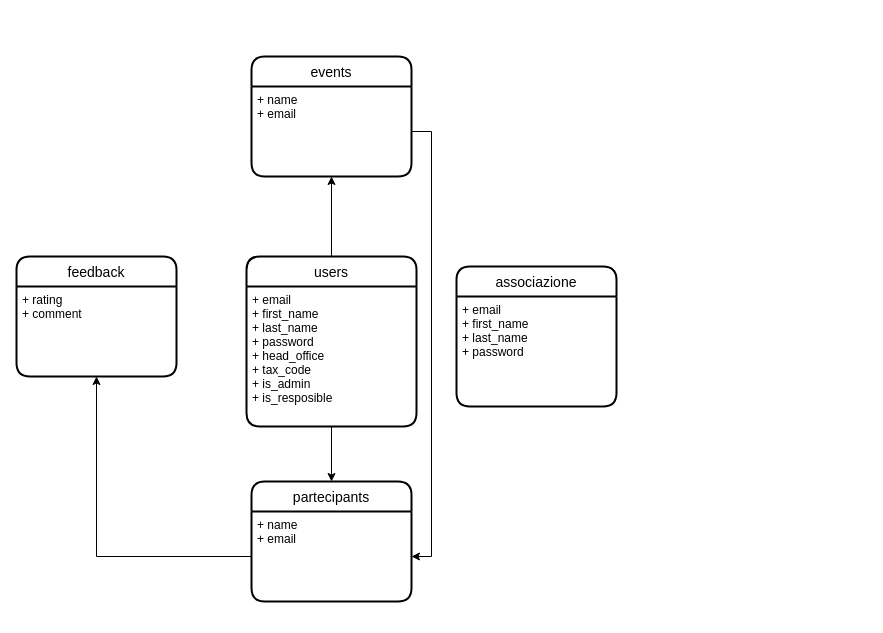
francescococcia/associazioni-benefiche keeps this draw.io diagram as doc/associazioni-benefiche.drawio. Above is the earlier version. Source tidied: cells renumbered, new cells numbered last; positions are measured from the earlier drawing's top-left corner, leaving out a move shared by most shapes. Both pictures are drawn from the tidied source at 100%, with x=0, y=0 at pixel (16, 56).
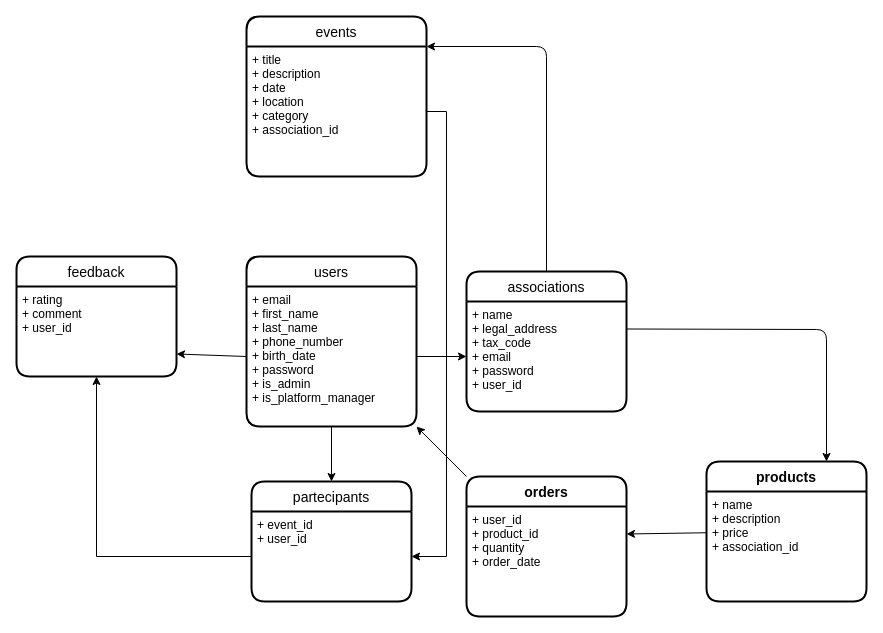
The same diagram, later.

Unchanged cells that the change refers to:
```xml
<mxCell id="2" value="feedback" style="swimlane;horizontal=1;startSize=30;rounded=1;fontSize=14;fontStyle=0;strokeWidth=2;shadow=0;dashed=0;align=center;" parent="1" vertex="1">
  <mxGeometry y="200" width="160" height="120" as="geometry" />
</mxCell>
<mxCell id="5" value="users" style="swimlane;horizontal=1;startSize=30;rounded=1;fontSize=14;fontStyle=0;strokeWidth=2;shadow=0;dashed=0;align=center;" parent="1" vertex="1">
  <mxGeometry x="230" y="200" width="170" height="170" as="geometry" />
</mxCell>
<mxCell id="7" value="partecipants" style="swimlane;horizontal=1;startSize=30;rounded=1;fontSize=14;fontStyle=0;strokeWidth=2;shadow=0;dashed=0;align=center;" parent="1" vertex="1">
  <mxGeometry x="235" y="425" width="160" height="120" as="geometry" />
</mxCell>
```

Diff of the diagram source:
```diff
@@
-    <mxCell id="3" value="+ rating&#10;+ comment" style="align=left;strokeColor=none;fillColor=none;spacingLeft=4;fontSize=12;verticalAlign=top;" parent="2" vertex="1">
+    <mxCell id="3" value="+ rating&#10;+ comment&#10;+ user_id" style="align=left;strokeColor=none;fillColor=none;spacingLeft=4;fontSize=12;verticalAlign=top;" parent="2" vertex="1">
       <mxGeometry y="30" width="160" height="90" as="geometry" />
     </mxCell>
-    <mxCell id="4" style="edgeStyle=orthogonalEdgeStyle;rounded=0;jettySize=auto;html=1;exitX=0.5;exitY=0;exitDx=0;exitDy=0;entryX=0.5;entryY=1;entryDx=0;entryDy=0;" parent="1" edge="1" source="5" target="10">
-      <mxGeometry relative="1" as="geometry" />
-    </mxCell>
@@
-    <mxCell id="6" value="+ email&#10;+ first_name&#10;+ last_name&#10;+ password&#10;+ head_office&#10;+ tax_code&#10;+ is_admin&#10;+ is_resposible" style="align=left;strokeColor=none;fillColor=none;spacingLeft=4;fontSize=12;verticalAlign=top;" parent="5" vertex="1">
+    <mxCell id="6" value="+ email&#10;+ first_name&#10;+ last_name&#10;+ phone_number&#10;+ birth_date&#10;+ password&#10;+ is_admin&#10;+ is_platform_manager" style="align=left;strokeColor=none;fillColor=none;spacingLeft=4;fontSize=12;verticalAlign=top;" parent="5" vertex="1">
       <mxGeometry y="30" width="170" height="140" as="geometry" />
     </mxCell>
@@
-    <mxCell id="8" value="+ name&#10;+ email" style="align=left;strokeColor=none;fillColor=none;spacingLeft=4;fontSize=12;verticalAlign=top;" parent="7" vertex="1">
+    <mxCell id="8" value="+ event_id&#10;+ user_id" style="align=left;strokeColor=none;fillColor=none;spacingLeft=4;fontSize=12;verticalAlign=top;" parent="7" vertex="1">
       <mxGeometry y="30" width="160" height="90" as="geometry" />
     </mxCell>
     <mxCell id="9" value="events" style="swimlane;horizontal=1;startSize=30;rounded=1;fontSize=14;fontStyle=0;strokeWidth=2;shadow=0;dashed=0;align=center;" parent="1" vertex="1">
-      <mxGeometry x="235" width="160" height="120" as="geometry" />
+      <mxGeometry x="230" y="-40" width="180" height="160" as="geometry" />
     </mxCell>
-    <mxCell id="10" value="+ name&#10;+ email" style="align=left;strokeColor=none;fillColor=none;spacingLeft=4;fontSize=12;verticalAlign=top;" parent="9" vertex="1">
-      <mxGeometry y="30" width="160" height="90" as="geometry" />
+    <mxCell id="10" value="+ title&#10;+ description&#10;+ date&#10;+ location&#10;+ category&#10;+ association_id" style="align=left;strokeColor=none;fillColor=none;spacingLeft=4;fontSize=12;verticalAlign=top;" parent="9" vertex="1">
+      <mxGeometry y="30" width="180" height="130" as="geometry" />
     </mxCell>
@@
+    <mxCell id="16" style="edgeStyle=none;html=1;exitX=0.5;exitY=0;exitDx=0;exitDy=0;entryX=1;entryY=0;entryDx=0;entryDy=0;" parent="1" edge="1" source="14" target="10">
+      <mxGeometry relative="1" as="geometry">
+        <Array as="points">
+          <mxPoint x="530" y="-10" />
+        </Array>
+      </mxGeometry>
+    </mxCell>
-    <mxCell id="14" value="associazione" style="swimlane;horizontal=1;startSize=30;rounded=1;fontSize=14;fontStyle=0;strokeWidth=2;shadow=0;dashed=0;align=center;" parent="1" vertex="1">
-      <mxGeometry x="440" y="210" width="160" height="140" as="geometry" />
+    <mxCell id="14" value="associations" style="swimlane;horizontal=1;startSize=30;rounded=1;fontSize=14;fontStyle=0;strokeWidth=2;shadow=0;dashed=0;align=center;" parent="1" vertex="1">
+      <mxGeometry x="450" y="215" width="160" height="140" as="geometry" />
     </mxCell>
-    <mxCell id="15" value="+ email&#10;+ first_name&#10;+ last_name&#10;+ password" style="align=left;strokeColor=none;fillColor=none;spacingLeft=4;fontSize=12;verticalAlign=top;" parent="14" vertex="1">
+    <mxCell id="15" value="+ name&#10;+ legal_address&#10;+ tax_code&#10;+ email&#10;+ password&#10;+ user_id" style="align=left;strokeColor=none;fillColor=none;spacingLeft=4;fontSize=12;verticalAlign=top;" parent="14" vertex="1">
       <mxGeometry y="30" width="160" height="110" as="geometry" />
     </mxCell>
+    <mxCell id="17" style="edgeStyle=none;html=1;entryX=1;entryY=0.25;entryDx=0;entryDy=0;" parent="1" edge="1" source="18" target="22">
+      <mxGeometry relative="1" as="geometry" />
+    </mxCell>
+    <mxCell id="18" value="products" style="swimlane;horizontal=1;startSize=30;rounded=1;fontSize=14;fontStyle=1;strokeWidth=2;shadow=0;dashed=0;align=center;" parent="1" vertex="1">
+      <mxGeometry x="690" y="405" width="160" height="140" as="geometry" />
+    </mxCell>
+    <mxCell id="19" value="+ name&#10;+ description&#10;+ price&#10;+ association_id" style="align=left;strokeColor=none;fillColor=none;spacingLeft=4;fontSize=12;verticalAlign=top;" parent="18" vertex="1">
+      <mxGeometry y="30" width="160" height="110" as="geometry" />
+    </mxCell>
+    <mxCell id="20" style="edgeStyle=none;html=1;exitX=0;exitY=0;exitDx=0;exitDy=0;entryX=1;entryY=1;entryDx=0;entryDy=0;" parent="1" edge="1" source="21" target="6">
+      <mxGeometry relative="1" as="geometry" />
+    </mxCell>
+    <mxCell id="21" value="orders" style="swimlane;horizontal=1;startSize=30;rounded=1;fontSize=14;fontStyle=1;strokeWidth=2;shadow=0;dashed=0;align=center;" parent="1" vertex="1">
+      <mxGeometry x="450" y="420" width="160" height="140" as="geometry" />
+    </mxCell>
+    <mxCell id="22" value="+ user_id&#10;+ product_id&#10;+ quantity&#10;+ order_date" style="align=left;strokeColor=none;fillColor=none;spacingLeft=4;fontSize=12;verticalAlign=top;" parent="21" vertex="1">
+      <mxGeometry y="30" width="160" height="110" as="geometry" />
+    </mxCell>
+    <mxCell id="23" style="edgeStyle=none;html=1;exitX=1;exitY=0.25;exitDx=0;exitDy=0;entryX=0.75;entryY=0;entryDx=0;entryDy=0;" parent="1" edge="1" source="15" target="18">
+      <mxGeometry relative="1" as="geometry">
+        <Array as="points">
+          <mxPoint x="810" y="273" />
+        </Array>
+      </mxGeometry>
+    </mxCell>
+    <mxCell id="24" style="edgeStyle=none;html=1;exitX=1;exitY=0.5;exitDx=0;exitDy=0;" parent="1" edge="1" source="6" target="15">
+      <mxGeometry relative="1" as="geometry" />
+    </mxCell>
+    <mxCell id="25" style="edgeStyle=none;html=1;exitX=0;exitY=0.5;exitDx=0;exitDy=0;entryX=1;entryY=0.75;entryDx=0;entryDy=0;" parent="1" edge="1" source="6" target="3">
+      <mxGeometry relative="1" as="geometry" />
+    </mxCell>
```
